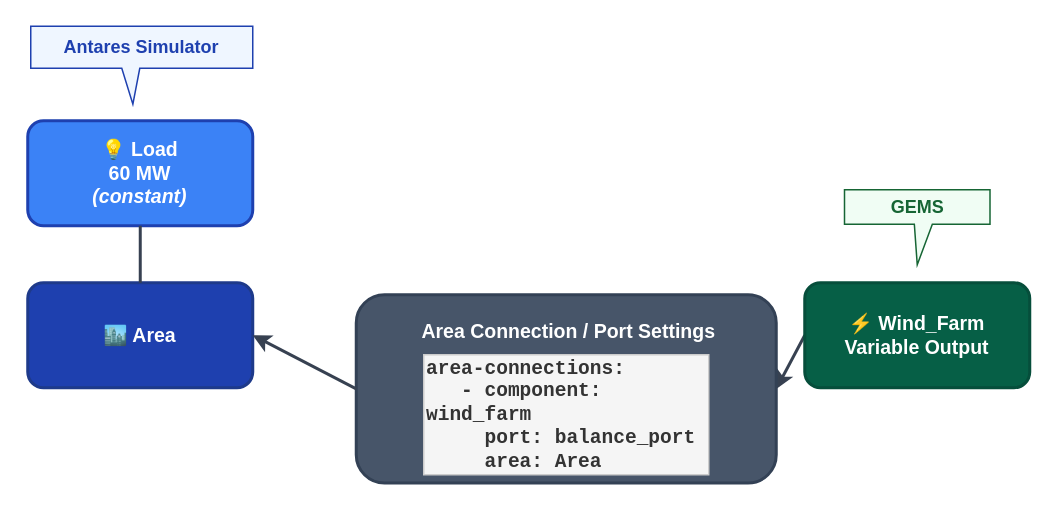
AntaresSimulatorTeam/GEMS keeps this draw.io diagram as doc/assets/4_hybrid_study_scheme.drawio. Above is the earlier version. Source tidied: cells renumbered, new cells numbered last; positions are measured from the earlier drawing's top-left corner, leaving out a move shared by most shapes. Both pictures are drawn from the tidied source at 150%, with x=0, y=0 at pixel (27, 26).
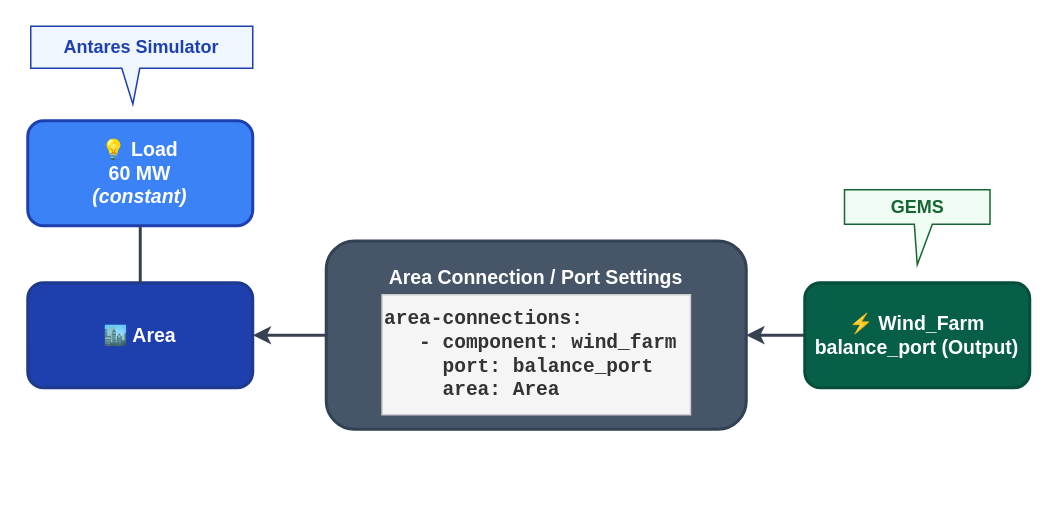
The same diagram, later.

Commit message (it also covers changes not shown here):
update diagram with rewriting wind frm component

Diff of the diagram source:
```diff
@@
 <mxGraphModel>
   <root>
     <mxCell id="0" />
     <mxCell id="1" parent="0" />
     <mxCell id="2" value="Antares Simulator" style="shape=callout;whiteSpace=wrap;html=1;perimeter=calloutPerimeter;size=24;position=0.41;fillColor=#EFF6FF;strokeColor=#1E40AF;strokeWidth=1;fontSize=12;fontStyle=1;fontColor=#1E40AF;base=12;position2=0.46;" parent="1" vertex="1">
       <mxGeometry x="2" width="148" height="52" as="geometry" />
     </mxCell>
     <mxCell id="3" value="🏙️ Area" style="rounded=1;whiteSpace=wrap;html=1;fillColor=#1E40AF;strokeColor=#1E3A8A;strokeWidth=2;fontColor=#FFFFFF;fontStyle=1;fontSize=13;" parent="1" vertex="1">
       <mxGeometry y="171" width="150" height="70" as="geometry" />
     </mxCell>
     <mxCell id="4" style="html=1;rounded=1;strokeWidth=2;strokeColor=#374151;exitX=0;exitY=0.5;exitDx=0;exitDy=0;entryX=1;entryY=0.5;entryDx=0;entryDy=0;" parent="1" edge="1" source="6" target="7">
       <mxGeometry relative="1" as="geometry" />
     </mxCell>
     <mxCell id="5" value="GEMS" style="shape=callout;whiteSpace=wrap;html=1;perimeter=calloutPerimeter;size=27;position=0.48;fillColor=#F0FDF4;strokeColor=#166534;strokeWidth=1;fontSize=12;fontStyle=1;fontColor=#166534;base=12;" parent="1" vertex="1">
       <mxGeometry x="544.5" y="109" width="97" height="50" as="geometry" />
     </mxCell>
-    <mxCell id="6" value="⚡ Wind_Farm&lt;div&gt;Variable Output&lt;/div&gt;" style="rounded=1;whiteSpace=wrap;html=1;fillColor=#065F46;strokeColor=#064E3B;strokeWidth=2;fontColor=#FFFFFF;fontStyle=1;fontSize=13;" parent="1" vertex="1">
+    <mxCell id="6" value="⚡ Wind_Farm&lt;div&gt;balance_port (Output)&lt;/div&gt;" style="rounded=1;whiteSpace=wrap;html=1;fillColor=#065F46;strokeColor=#064E3B;strokeWidth=2;fontColor=#FFFFFF;fontStyle=1;fontSize=13;" parent="1" vertex="1">
       <mxGeometry x="518" y="171" width="150" height="70" as="geometry" />
     </mxCell>
-    <mxCell id="7" value="&amp;nbsp;Area Connection /&amp;nbsp;&lt;span style=&quot;background-color: transparent; color: light-dark(rgb(255, 255, 255), rgb(18, 18, 18));&quot;&gt;Port Settings&lt;/span&gt;&lt;div&gt;&lt;br&gt;&lt;/div&gt;&lt;div&gt;&lt;br&gt;&lt;/div&gt;&lt;div&gt;&lt;br&gt;&lt;div&gt;&lt;br&gt;&lt;/div&gt;&lt;/div&gt;&lt;div&gt;&lt;div class=&quot;scriptor-paragraph&quot; style=&quot;text-align: left;&quot;&gt;&amp;nbsp;&lt;/div&gt;&lt;/div&gt;" style="rounded=1;whiteSpace=wrap;html=1;fillColor=#475569;strokeColor=#334155;strokeWidth=2;fontColor=#FFFFFF;fontStyle=1;fontSize=13;" parent="1" vertex="1">
-      <mxGeometry x="219" y="179" width="280" height="125.5" as="geometry" />
+    <mxCell id="7" value="Area Connection /&amp;nbsp;&lt;span style=&quot;background-color: transparent; color: light-dark(rgb(255, 255, 255), rgb(18, 18, 18));&quot;&gt;Port Settings&lt;/span&gt;&lt;div&gt;&lt;br&gt;&lt;/div&gt;&lt;div&gt;&lt;br&gt;&lt;/div&gt;&lt;div&gt;&lt;br&gt;&lt;div&gt;&lt;div&gt;&lt;br&gt;&lt;/div&gt;&lt;/div&gt;&lt;div&gt;&lt;div class=&quot;scriptor-paragraph&quot; style=&quot;text-align: left;&quot;&gt;&amp;nbsp;&lt;/div&gt;&lt;/div&gt;&lt;/div&gt;" style="rounded=1;whiteSpace=wrap;html=1;fillColor=#475569;strokeColor=#334155;strokeWidth=2;fontColor=#FFFFFF;fontStyle=1;fontSize=13;" parent="1" vertex="1">
+      <mxGeometry x="199" y="143.2" width="280" height="125.5" as="geometry" />
     </mxCell>
     <mxCell id="8" value="💡 Load&lt;br&gt;&lt;div&gt;60 MW&lt;br&gt;&lt;i&gt;(constant)&lt;/i&gt;&lt;/div&gt;" style="rounded=1;whiteSpace=wrap;html=1;fillColor=#3B82F6;strokeColor=#1E40AF;strokeWidth=2;fontColor=#FFFFFF;fontStyle=1;fontSize=13;" parent="1" vertex="1">
       <mxGeometry y="63" width="150" height="70" as="geometry" />
     </mxCell>
     <mxCell id="9" style="endArrow=none;html=1;rounded=1;strokeWidth=2;strokeColor=#374151;exitX=0.5;exitY=1;exitDx=0;exitDy=0;entryX=0.5;entryY=0;entryDx=0;entryDy=0;" parent="1" edge="1" source="8" target="3">
       <mxGeometry relative="1" as="geometry" />
     </mxCell>
     <mxCell id="10" style="html=1;rounded=1;strokeWidth=2;strokeColor=#374151;exitX=0;exitY=0.5;exitDx=0;exitDy=0;entryX=1;entryY=0.5;entryDx=0;entryDy=0;" parent="1" edge="1" source="7" target="3">
       <mxGeometry relative="1" as="geometry" />
     </mxCell>
     <mxCell id="11" value="&lt;div style=&quot;font-size: 13px; font-family: Courier New; text-align: left;&quot;&gt;&lt;b&gt;area-connections:&lt;/b&gt;&lt;/div&gt;&lt;div style=&quot;font-size: 13px; font-family: Courier New; text-align: left;&quot;&gt;&lt;b&gt;&amp;nbsp;&amp;nbsp; - component: wind_farm&lt;/b&gt;&lt;/div&gt;&lt;div style=&quot;font-size: 13px; font-family: Courier New; text-align: left;&quot;&gt;&lt;b&gt;&amp;nbsp;&amp;nbsp;&amp;nbsp;&amp;nbsp; port: balance_port&lt;/b&gt;&lt;/div&gt;&lt;div style=&quot;font-size: 13px; font-family: Courier New; text-align: left;&quot;&gt;&lt;b&gt;&amp;nbsp;&amp;nbsp;&amp;nbsp;&amp;nbsp; area: Area&lt;/b&gt;&lt;/div&gt;" style="rounded=4;whiteSpace=wrap;html=1;fillColor=#f5f5f5;strokeColor=#cccccc;strokeWidth=1;fontFamily=Courier New;fontSize=13;align=left;fontColor=#333333;" parent="1" vertex="1">
-      <mxGeometry x="264" y="219" width="190" height="80" as="geometry" />
+      <mxGeometry x="236.2" y="179" width="205.6" height="80" as="geometry" />
     </mxCell>
   </root>
 </mxGraphModel>
```
